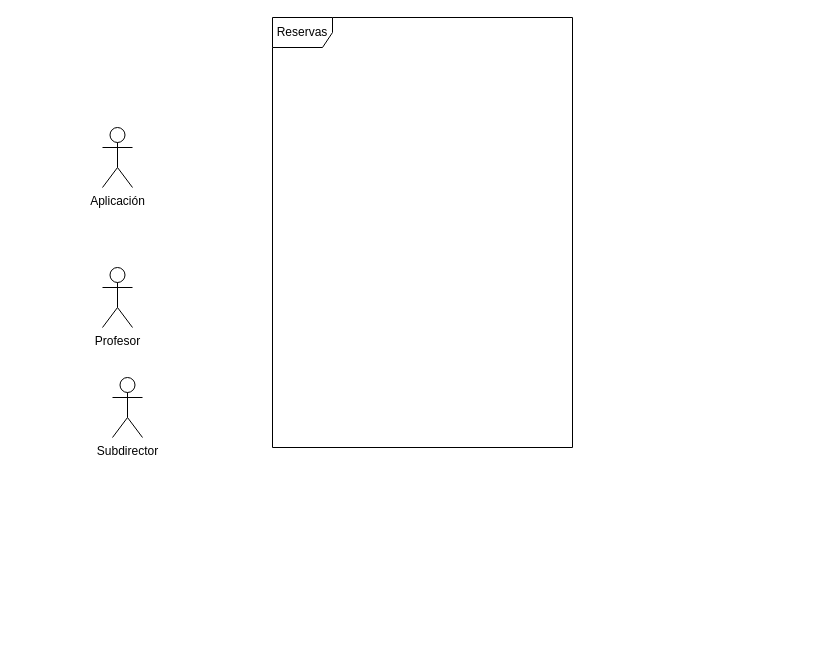
This is Diagramas/DiagramaCasosDeUso.drawio from juanjesusrv/Proyecto-php, a draw.io file, before an edit. Source tidied: cells renumbered, new cells numbered last; positions are measured from the earlier drawing's top-left corner, leaving out a move shared by most shapes. Both pictures are drawn from the tidied source at 100%, with x=0, y=0 at pixel (102, 17).
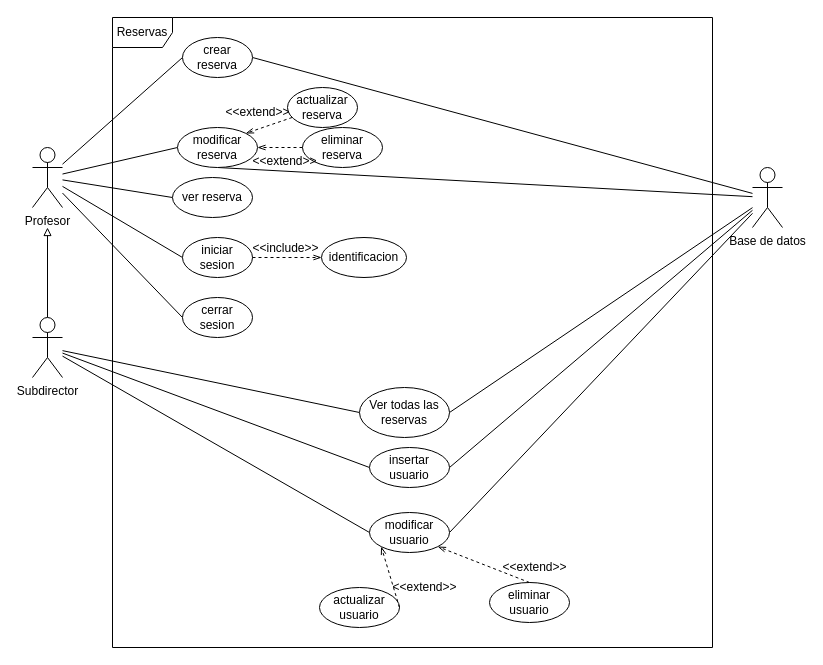
After the change.

Commit message (it also covers changes not shown here):
Diagrama de estados terminado para enviar

Diff of the diagram source:
```diff
@@
+    <mxCell id="6" style="edgeStyle=none;shape=connector;curved=0;rounded=0;jettySize=auto;html=1;entryX=1;entryY=0.5;entryDx=0;entryDy=0;strokeColor=default;align=center;verticalAlign=middle;fontFamily=Helvetica;fontSize=11;fontColor=default;labelBackgroundColor=default;endArrow=none;endFill=1;startFill=0;" parent="1" edge="1" source="2" target="30">
+      <mxGeometry relative="1" as="geometry" />
+    </mxCell>
+    <mxCell id="7" style="edgeStyle=none;shape=connector;curved=0;rounded=0;jettySize=auto;html=1;entryX=1;entryY=0.5;entryDx=0;entryDy=0;strokeColor=default;align=center;verticalAlign=middle;fontFamily=Helvetica;fontSize=11;fontColor=default;labelBackgroundColor=default;endArrow=none;endFill=1;startFill=0;" parent="1" edge="1" source="2" target="27">
+      <mxGeometry relative="1" as="geometry" />
+    </mxCell>
+    <mxCell id="8" style="edgeStyle=none;shape=connector;rounded=0;jettySize=auto;html=1;entryX=1;entryY=0.5;entryDx=0;entryDy=0;strokeColor=default;align=center;verticalAlign=middle;fontFamily=Helvetica;fontSize=11;fontColor=default;labelBackgroundColor=default;startFill=0;endArrow=none;" parent="1" edge="1" source="2" target="20">
+      <mxGeometry relative="1" as="geometry" />
+    </mxCell>
+    <mxCell id="9" style="edgeStyle=none;shape=connector;rounded=0;jettySize=auto;html=1;entryX=1;entryY=0.5;entryDx=0;entryDy=0;strokeColor=default;align=center;verticalAlign=middle;fontFamily=Helvetica;fontSize=11;fontColor=default;labelBackgroundColor=default;startFill=0;endArrow=none;" parent="1" edge="1" source="2" target="22">
+      <mxGeometry relative="1" as="geometry" />
+    </mxCell>
+    <mxCell id="10" style="edgeStyle=none;shape=connector;rounded=0;jettySize=auto;html=1;entryX=0.5;entryY=1;entryDx=0;entryDy=0;strokeColor=default;align=center;verticalAlign=middle;fontFamily=Helvetica;fontSize=11;fontColor=default;labelBackgroundColor=default;startFill=0;endArrow=none;" parent="1" edge="1" source="2" target="21">
+      <mxGeometry relative="1" as="geometry" />
+    </mxCell>
-    <mxCell id="2" value="Aplicación" style="shape=umlActor;verticalLabelPosition=bottom;verticalAlign=top;html=1;" parent="1" vertex="1">
-      <mxGeometry y="110" width="30" height="60" as="geometry" />
+    <mxCell id="2" value="Base de datos" style="shape=umlActor;verticalLabelPosition=bottom;verticalAlign=top;html=1;" parent="1" vertex="1">
+      <mxGeometry x="650" y="150" width="30" height="60" as="geometry" />
     </mxCell>
+    <mxCell id="11" style="edgeStyle=none;shape=connector;rounded=0;jettySize=auto;html=1;entryX=0;entryY=0.5;entryDx=0;entryDy=0;strokeColor=default;align=center;verticalAlign=middle;fontFamily=Helvetica;fontSize=11;fontColor=default;labelBackgroundColor=default;startFill=0;endArrow=none;" parent="1" edge="1" source="3" target="22">
+      <mxGeometry relative="1" as="geometry" />
+    </mxCell>
+    <mxCell id="12" style="edgeStyle=none;shape=connector;rounded=0;jettySize=auto;html=1;entryX=0;entryY=0.5;entryDx=0;entryDy=0;strokeColor=default;align=center;verticalAlign=middle;fontFamily=Helvetica;fontSize=11;fontColor=default;labelBackgroundColor=default;startFill=0;endArrow=none;" parent="1" edge="1" source="3" target="21">
+      <mxGeometry relative="1" as="geometry" />
+    </mxCell>
+    <mxCell id="13" style="edgeStyle=none;shape=connector;rounded=0;jettySize=auto;html=1;entryX=0;entryY=0.5;entryDx=0;entryDy=0;strokeColor=default;align=center;verticalAlign=middle;fontFamily=Helvetica;fontSize=11;fontColor=default;labelBackgroundColor=default;startFill=0;endArrow=none;" parent="1" edge="1" source="3" target="26">
+      <mxGeometry relative="1" as="geometry" />
+    </mxCell>
+    <mxCell id="14" style="edgeStyle=none;shape=connector;rounded=0;jettySize=auto;html=1;entryX=0;entryY=0.5;entryDx=0;entryDy=0;strokeColor=default;align=center;verticalAlign=middle;fontFamily=Helvetica;fontSize=11;fontColor=default;labelBackgroundColor=default;startFill=0;endArrow=none;" parent="1" edge="1" source="3" target="38">
+      <mxGeometry relative="1" as="geometry" />
+    </mxCell>
+    <mxCell id="15" style="edgeStyle=none;shape=connector;rounded=0;jettySize=auto;html=1;entryX=0;entryY=0.5;entryDx=0;entryDy=0;strokeColor=default;align=center;verticalAlign=middle;fontFamily=Helvetica;fontSize=11;fontColor=default;labelBackgroundColor=default;startFill=0;endArrow=none;" parent="1" edge="1" source="3" target="39">
+      <mxGeometry relative="1" as="geometry" />
+    </mxCell>
     <mxCell id="3" value="Profesor" style="shape=umlActor;verticalLabelPosition=bottom;verticalAlign=top;html=1;" parent="1" vertex="1">
-      <mxGeometry y="250" width="30" height="60" as="geometry" />
+      <mxGeometry x="-70" y="130" width="30" height="60" as="geometry" />
     </mxCell>
     <mxCell id="4" value="Reservas" style="shape=umlFrame;whiteSpace=wrap;html=1;" parent="1" vertex="1">
-      <mxGeometry x="170" width="300" height="430" as="geometry" />
+      <mxGeometry x="10" width="600" height="630" as="geometry" />
     </mxCell>
+    <mxCell id="16" style="rounded=0;jettySize=auto;html=1;endArrow=block;endFill=0;" parent="1" edge="1" source="5">
+      <mxGeometry relative="1" as="geometry">
+        <mxPoint x="-55" y="210" as="targetPoint" />
+      </mxGeometry>
+    </mxCell>
+    <mxCell id="17" style="rounded=0;jettySize=auto;html=1;entryX=0;entryY=0.5;entryDx=0;entryDy=0;endArrow=none;startFill=0;" parent="1" edge="1" source="5" target="20">
+      <mxGeometry relative="1" as="geometry" />
+    </mxCell>
+    <mxCell id="18" style="rounded=0;jettySize=auto;html=1;entryX=0;entryY=0.5;entryDx=0;entryDy=0;endArrow=none;startFill=0;" parent="1" edge="1" source="5" target="27">
+      <mxGeometry relative="1" as="geometry" />
+    </mxCell>
+    <mxCell id="19" style="edgeStyle=none;shape=connector;rounded=0;jettySize=auto;html=1;entryX=0;entryY=0.5;entryDx=0;entryDy=0;strokeColor=default;align=center;verticalAlign=middle;fontFamily=Helvetica;fontSize=11;fontColor=default;labelBackgroundColor=default;startFill=0;endArrow=none;" parent="1" edge="1" source="5" target="30">
+      <mxGeometry relative="1" as="geometry" />
+    </mxCell>
     <mxCell id="5" value="Subdirector" style="shape=umlActor;verticalLabelPosition=bottom;verticalAlign=top;html=1;" parent="1" vertex="1">
-      <mxGeometry x="10" y="360" width="30" height="60" as="geometry" />
+      <mxGeometry x="-70" y="300" width="30" height="60" as="geometry" />
     </mxCell>
+    <mxCell id="20" value="Ver todas las reservas" style="ellipse;whiteSpace=wrap;html=1;" parent="1" vertex="1">
+      <mxGeometry x="257" y="370" width="90" height="50" as="geometry" />
+    </mxCell>
+    <mxCell id="21" value="modificar reserva" style="ellipse;whiteSpace=wrap;html=1;" parent="1" vertex="1">
+      <mxGeometry x="75" y="110" width="80" height="40" as="geometry" />
+    </mxCell>
+    <mxCell id="22" value="crear reserva" style="ellipse;whiteSpace=wrap;html=1;" parent="1" vertex="1">
+      <mxGeometry x="80" y="20" width="70" height="40" as="geometry" />
+    </mxCell>
+    <mxCell id="23" style="rounded=0;jettySize=auto;html=1;entryX=1;entryY=0;entryDx=0;entryDy=0;dashed=1;endArrow=openThin;endFill=0;" parent="1" edge="1" source="24" target="21">
+      <mxGeometry relative="1" as="geometry" />
+    </mxCell>
+    <mxCell id="24" value="actualizar reserva" style="ellipse;whiteSpace=wrap;html=1;" parent="1" vertex="1">
+      <mxGeometry x="185" y="70" width="70" height="40" as="geometry" />
+    </mxCell>
+    <mxCell id="25" value="eliminar reserva" style="ellipse;whiteSpace=wrap;html=1;" parent="1" vertex="1">
+      <mxGeometry x="200" y="110" width="80" height="40" as="geometry" />
+    </mxCell>
+    <mxCell id="26" value="ver reserva" style="ellipse;whiteSpace=wrap;html=1;" parent="1" vertex="1">
+      <mxGeometry x="70" y="160" width="80" height="40" as="geometry" />
+    </mxCell>
+    <mxCell id="27" value="insertar usuario" style="ellipse;whiteSpace=wrap;html=1;" parent="1" vertex="1">
+      <mxGeometry x="267" y="430" width="80" height="40" as="geometry" />
+    </mxCell>
+    <mxCell id="28" value="eliminar usuario" style="ellipse;whiteSpace=wrap;html=1;" parent="1" vertex="1">
+      <mxGeometry x="387" y="565" width="80" height="40" as="geometry" />
+    </mxCell>
+    <mxCell id="29" value="actualizar usuario" style="ellipse;whiteSpace=wrap;html=1;" parent="1" vertex="1">
+      <mxGeometry x="217" y="570" width="80" height="40" as="geometry" />
+    </mxCell>
+    <mxCell id="30" value="modificar usuario" style="ellipse;whiteSpace=wrap;html=1;" parent="1" vertex="1">
+      <mxGeometry x="267" y="495" width="80" height="40" as="geometry" />
+    </mxCell>
+    <mxCell id="31" style="rounded=0;jettySize=auto;html=1;entryX=1;entryY=0.5;entryDx=0;entryDy=0;dashed=1;endArrow=openThin;endFill=0;exitX=0;exitY=0.5;exitDx=0;exitDy=0;" parent="1" edge="1" source="25" target="21">
+      <mxGeometry relative="1" as="geometry" />
+    </mxCell>
+    <mxCell id="32" style="rounded=0;jettySize=auto;html=1;entryX=1;entryY=1;entryDx=0;entryDy=0;dashed=1;endArrow=openThin;endFill=0;exitX=0.5;exitY=0;exitDx=0;exitDy=0;" parent="1" edge="1" source="28" target="30">
+      <mxGeometry relative="1" as="geometry" />
+    </mxCell>
+    <mxCell id="33" style="rounded=0;jettySize=auto;html=1;entryX=0;entryY=1;entryDx=0;entryDy=0;dashed=1;endArrow=openThin;endFill=0;exitX=1;exitY=0.5;exitDx=0;exitDy=0;" parent="1" edge="1" source="29" target="30">
+      <mxGeometry relative="1" as="geometry" />
+    </mxCell>
+    <mxCell id="34" value="&amp;lt;&amp;lt;extend&amp;gt;&amp;gt;" style="text;html=1;align=center;verticalAlign=middle;strokeColor=none;fillColor=none;" parent="1" vertex="1">
+      <mxGeometry x="110" y="80" width="90" height="30" as="geometry" />
+    </mxCell>
+    <mxCell id="35" value="&amp;lt;&amp;lt;extend&amp;gt;&amp;gt;" style="text;html=1;align=center;verticalAlign=middle;strokeColor=none;fillColor=none;" parent="1" vertex="1">
+      <mxGeometry x="137" y="129" width="90" height="30" as="geometry" />
+    </mxCell>
+    <mxCell id="36" value="&amp;lt;&amp;lt;extend&amp;gt;&amp;gt;" style="text;html=1;align=center;verticalAlign=middle;strokeColor=none;fillColor=none;" parent="1" vertex="1">
+      <mxGeometry x="277" y="555" width="90" height="30" as="geometry" />
+    </mxCell>
+    <mxCell id="37" value="&amp;lt;&amp;lt;extend&amp;gt;&amp;gt;" style="text;html=1;align=center;verticalAlign=middle;strokeColor=none;fillColor=none;" parent="1" vertex="1">
+      <mxGeometry x="387" y="535" width="90" height="30" as="geometry" />
+    </mxCell>
+    <mxCell id="38" value="iniciar sesion" style="ellipse;whiteSpace=wrap;html=1;" parent="1" vertex="1">
+      <mxGeometry x="80" y="220" width="70" height="40" as="geometry" />
+    </mxCell>
+    <mxCell id="39" value="cerrar sesion" style="ellipse;whiteSpace=wrap;html=1;" parent="1" vertex="1">
+      <mxGeometry x="80" y="280" width="70" height="40" as="geometry" />
+    </mxCell>
+    <mxCell id="40" value="identificacion" style="ellipse;whiteSpace=wrap;html=1;" parent="1" vertex="1">
+      <mxGeometry x="219" y="220" width="85" height="40" as="geometry" />
+    </mxCell>
+    <mxCell id="41" style="rounded=0;jettySize=auto;html=1;entryX=0;entryY=0.5;entryDx=0;entryDy=0;dashed=1;endArrow=openThin;endFill=0;exitX=1;exitY=0.5;exitDx=0;exitDy=0;" parent="1" edge="1" source="38" target="40">
+      <mxGeometry relative="1" as="geometry" />
+    </mxCell>
+    <mxCell id="42" value="&amp;lt;&amp;lt;include&amp;gt;&amp;gt;" style="text;html=1;align=center;verticalAlign=middle;strokeColor=none;fillColor=none;" parent="1" vertex="1">
+      <mxGeometry x="138" y="216" width="90" height="30" as="geometry" />
+    </mxCell>
```
